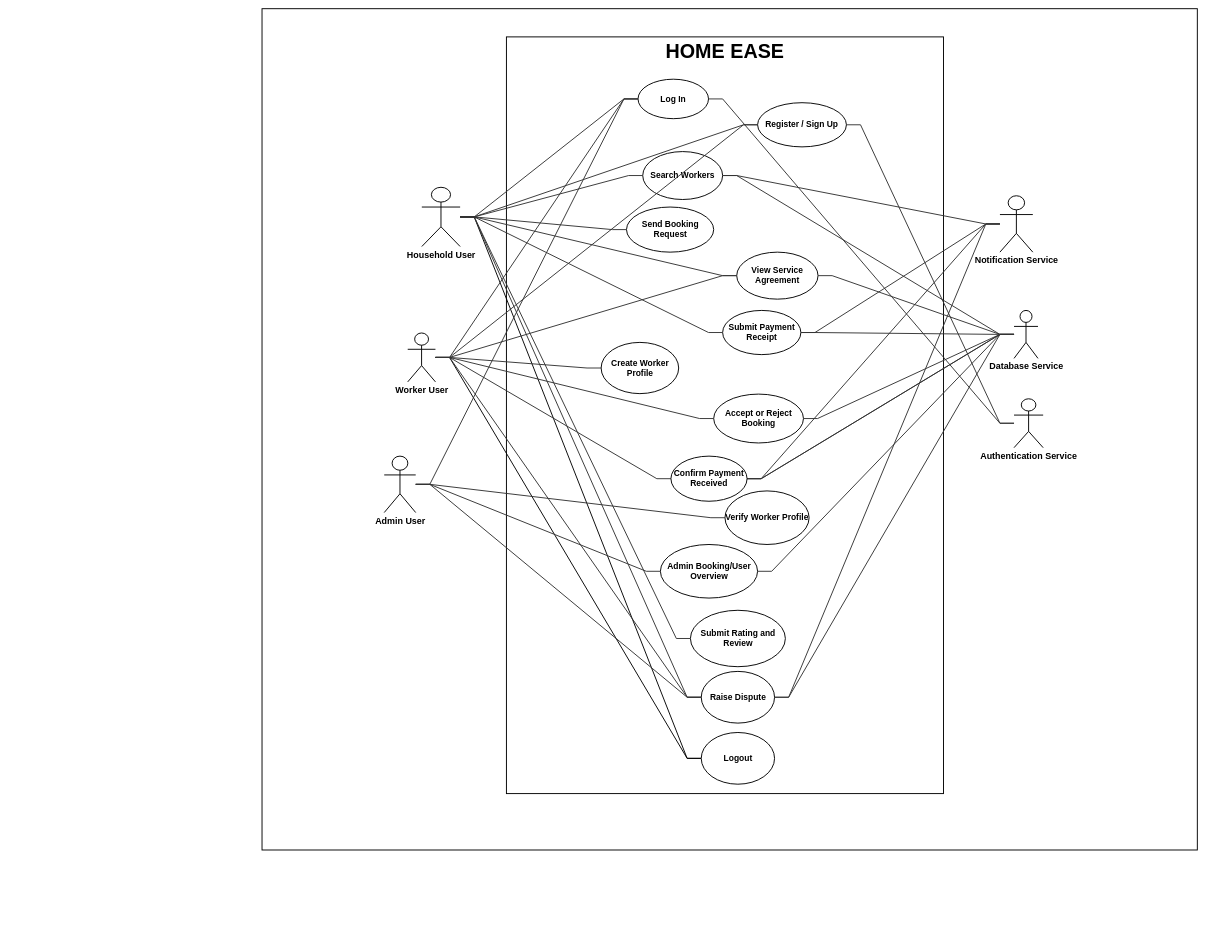
Above: page "usecase" (1 of 10) of Docs/02_Requirements_and_Design_30/Diagrams/HomeEase_Diagram.drawio in AbuZar-Babar/HomeEase (draw.io), before the change. Source tidied: cells renumbered, new cells numbered last; positions are measured from the earlier drawing's top-left corner, leaving out a move shared by most shapes. Both pictures are drawn from the tidied source at 47%, with x=0, y=0 at pixel (8, 8).
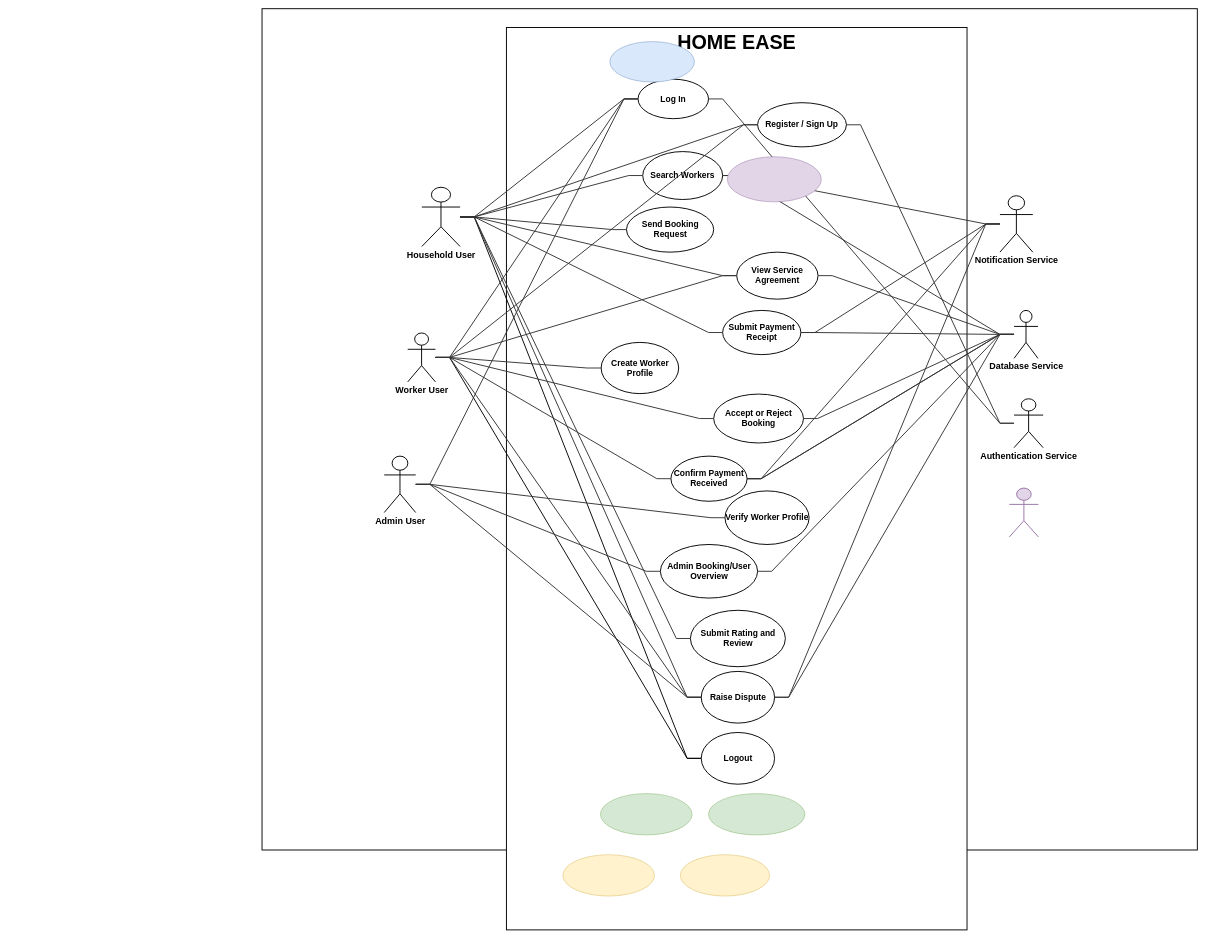
The same page after the edit.

The change refers to these unchanged cells:
```xml
<mxCell id="2" style="group;transparentBounds=1;editIcon=1;lockedGroup=0;groupPadding=20;verticalAlign=top;fontStyle=1;fontSize=33;" parent="1" vertex="1">
  <mxGeometry y="400" width="2550" height="1440" as="geometry" />
</mxCell>
<mxCell id="6" value="Household User" style="shape=umlActor;verticalLabelPosition=bottom;verticalAlign=top;html=1;outlineConnect=0;fontStyle=1;strokeWidth=2;fontSize=19;" parent="2" vertex="1">
  <mxGeometry x="880" y="-20" width="81.5" height="126" as="geometry" />
</mxCell>
<mxCell id="8" value="Worker User" style="shape=umlActor;verticalLabelPosition=bottom;verticalAlign=top;html=1;outlineConnect=0;fontStyle=1;strokeWidth=2;fontSize=19;" parent="2" vertex="1">
  <mxGeometry x="850" y="290" width="59" height="104" as="geometry" />
</mxCell>
<mxCell id="11" value="Database Service" style="shape=umlActor;verticalLabelPosition=bottom;verticalAlign=top;html=1;outlineConnect=0;fontStyle=1;strokeWidth=2;fontSize=19;" parent="2" vertex="1">
  <mxGeometry x="2140" y="242" width="51" height="102" as="geometry" />
</mxCell>
<mxCell id="12" value="Notification Service" style="shape=umlActor;verticalLabelPosition=bottom;verticalAlign=top;html=1;outlineConnect=0;fontStyle=1;strokeWidth=2;fontSize=19;" parent="2" vertex="1">
  <mxGeometry x="2110" y="-2" width="70" height="120" as="geometry" />
</mxCell>
```

The edit, as a diff of the source:
```diff
@@
     <mxCell id="4" value="&lt;b&gt;&lt;font style=&quot;font-size: 42px;&quot;&gt;HOME EASE&lt;/font&gt;&lt;/b&gt;" style="rounded=0;whiteSpace=wrap;html=1;strokeWidth=2;verticalAlign=top;" parent="2" vertex="1">
-      <mxGeometry x="1060" y="-340" width="930" height="1610" as="geometry" />
+      <mxGeometry x="1060" y="-360" width="980" height="1920" as="geometry" />
     </mxCell>
@@
+    <mxCell id="60" style="shape=umlActor;verticalLabelPosition=bottom;verticalAlign=top;html=1;fontStyle=1;strokeWidth=2;fontSize=18;fillColor=#e1d5e7;strokeColor=#9673a6;" parent="2" vertex="1">
+      <mxGeometry x="2130" y="620" width="62" height="104" as="geometry" />
+    </mxCell>
+    <mxCell id="61" style="ellipse;whiteSpace=wrap;html=1;fontSize=16;fontStyle=1;fillColor=#e1d5e7;strokeColor=#9673a6;" parent="2" vertex="1">
+      <mxGeometry x="1530" y="-85" width="200" height="96" as="geometry" />
+    </mxCell>
+    <mxCell id="62" style="ellipse;whiteSpace=wrap;html=1;fontSize=16;fontStyle=1;fillColor=#dae8fc;strokeColor=#6c8ebf;" parent="2" vertex="1">
+      <mxGeometry x="1280" y="-330" width="180" height="86" as="geometry" />
+    </mxCell>
+    <mxCell id="63" style="ellipse;whiteSpace=wrap;html=1;fontSize=16;fontStyle=1;fillColor=#d5e8d4;strokeColor=#82b366;" parent="2" vertex="1">
+      <mxGeometry x="1260" y="1270" width="195" height="88" as="geometry" />
+    </mxCell>
+    <mxCell id="64" style="ellipse;whiteSpace=wrap;html=1;fontSize=16;fontStyle=1;fillColor=#d5e8d4;strokeColor=#82b366;" parent="2" vertex="1">
+      <mxGeometry x="1490" y="1270" width="205" height="88" as="geometry" />
+    </mxCell>
+    <mxCell id="65" style="ellipse;whiteSpace=wrap;html=1;fontSize=16;fontStyle=1;fillColor=#fff2cc;strokeColor=#d6b656;" parent="2" vertex="1">
+      <mxGeometry x="1180" y="1400" width="195" height="88" as="geometry" />
+    </mxCell>
+    <mxCell id="66" style="ellipse;whiteSpace=wrap;html=1;fontSize=16;fontStyle=1;fillColor=#fff2cc;strokeColor=#d6b656;" parent="2" vertex="1">
+      <mxGeometry x="1430" y="1400" width="190" height="88" as="geometry" />
+    </mxCell>
+    <mxCell id="67" style="startArrow=none;endArrow=none;fontSize=14;strokeWidth=2;html=1;" parent="2" edge="1" source="6">
+      <mxGeometry relative="1" as="geometry" />
+    </mxCell>
+    <mxCell id="68" style="startArrow=none;endArrow=none;fontSize=14;strokeWidth=2;html=1;" parent="2" edge="1">
+      <mxGeometry relative="1" as="geometry" />
+    </mxCell>
+    <mxCell id="69" style="startArrow=none;endArrow=none;fontSize=14;strokeWidth=2;html=1;" parent="2" edge="1" source="6">
+      <mxGeometry relative="1" as="geometry" />
+    </mxCell>
+    <mxCell id="70" style="startArrow=none;endArrow=none;fontSize=14;strokeWidth=2;html=1;" parent="2" edge="1" target="11">
+      <mxGeometry relative="1" as="geometry" />
+    </mxCell>
+    <mxCell id="71" style="startArrow=none;endArrow=none;fontSize=14;strokeWidth=2;html=1;" parent="2" edge="1" source="8">
+      <mxGeometry relative="1" as="geometry" />
+    </mxCell>
+    <mxCell id="72" style="startArrow=none;endArrow=none;fontSize=14;strokeWidth=2;html=1;" parent="2" edge="1" target="11">
+      <mxGeometry relative="1" as="geometry" />
+    </mxCell>
+    <mxCell id="73" style="startArrow=none;endArrow=none;fontSize=14;strokeWidth=2;html=1;" parent="2" edge="1" source="8">
+      <mxGeometry relative="1" as="geometry" />
+    </mxCell>
+    <mxCell id="74" style="startArrow=none;endArrow=none;fontSize=14;strokeWidth=2;html=1;" parent="2" edge="1" target="11">
+      <mxGeometry relative="1" as="geometry" />
+    </mxCell>
+    <mxCell id="75" style="startArrow=none;endArrow=none;fontSize=14;strokeWidth=2;html=1;" parent="2" edge="1" target="12">
+      <mxGeometry relative="1" as="geometry" />
+    </mxCell>
+    <mxCell id="76" style="startArrow=none;endArrow=none;fontSize=14;strokeWidth=2;html=1;" parent="2" edge="1" source="6">
+      <mxGeometry relative="1" as="geometry" />
+    </mxCell>
+    <mxCell id="77" style="startArrow=none;endArrow=none;fontSize=14;strokeWidth=2;html=1;" parent="2" edge="1" source="8">
+      <mxGeometry relative="1" as="geometry" />
+    </mxCell>
+    <mxCell id="78" style="startArrow=none;endArrow=none;fontSize=14;strokeWidth=2;html=1;" parent="2" edge="1" source="6">
+      <mxGeometry relative="1" as="geometry" />
+    </mxCell>
+    <mxCell id="79" style="startArrow=none;endArrow=none;fontSize=14;strokeWidth=2;html=1;" parent="2" edge="1" source="8">
+      <mxGeometry relative="1" as="geometry" />
+    </mxCell>
```
